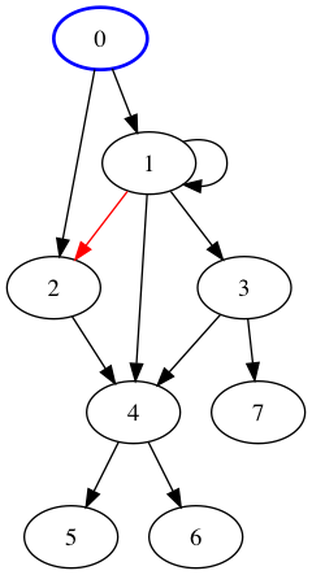
Earlier version of the Graphviz export graph.png (Kaiomaru/fs-machine). Its source is kept beside it as graph.dot.
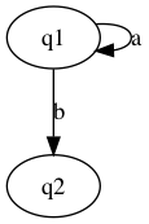
After the change.

Change to the diagram source:
```diff
@@ -1,15 +1,4 @@
 digraph "" {
-	0	 [color=blue,
-		style=bold];
-	0 -> 1;
-	0 -> 2;
-	1 -> 1;
-	1 -> 2	 [color=red];
-	1 -> 3;
-	1 -> 4;
-	2 -> 4;
-	3 -> 4;
-	3 -> 7;
-	4 -> 5;
-	4 -> 6;
+	q1 -> q1	 [label=a];
+	q1 -> q2	 [label=b];
 }
```
